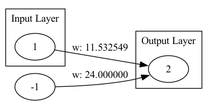
Above: genome_graph.png in malikAkurtz/TradingSystem (Graphviz), before the change. Its source is kept beside it as genome_graph.dot.
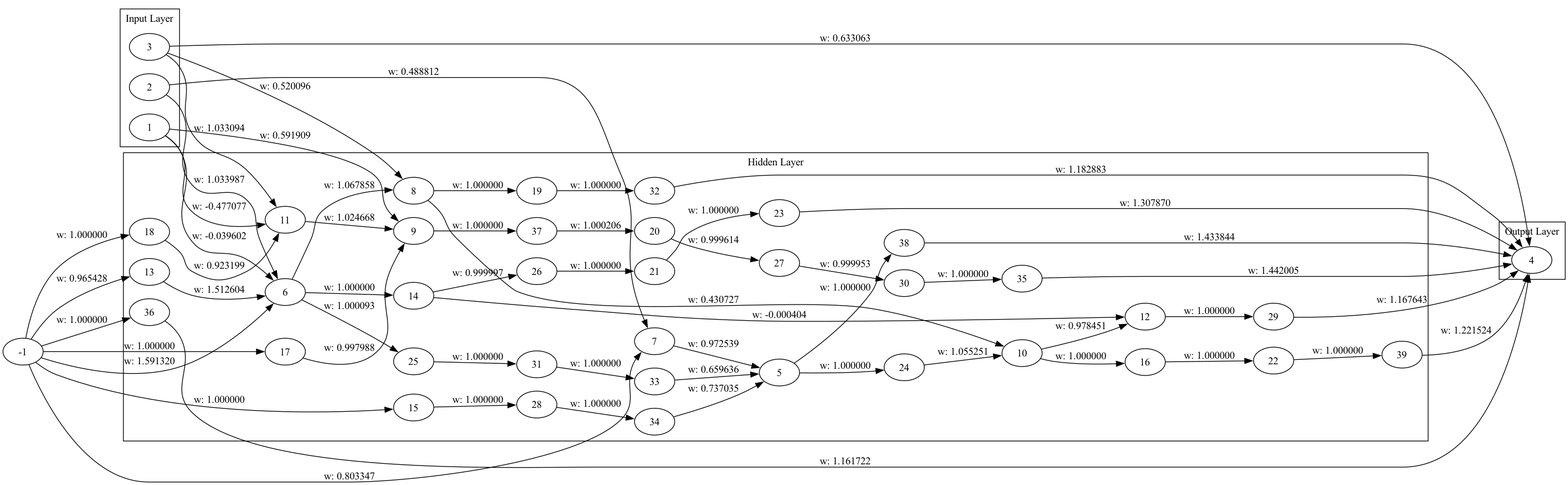
The same diagram one commit later.

The edit, as a diff of the source:
```diff
@@ -3,14 +3,105 @@
   subgraph cluster_0 {
     label="Input Layer";
     1;
+    2;
+    3;
   }
   subgraph cluster_1 {
     label="Hidden Layer";
+    5;
+    6;
+    7;
+    8;
+    9;
+    10;
+    11;
+    12;
+    13;
+    14;
+    15;
+    16;
+    17;
+    18;
+    19;
+    20;
+    21;
+    22;
+    23;
+    24;
+    25;
+    26;
+    27;
+    28;
+    29;
+    30;
+    31;
+    32;
+    33;
+    34;
+    35;
+    36;
+    37;
+    38;
+    39;
   }
   subgraph cluster_2 {
     label="Output Layer";
-    2;
+    4;
   }
-  1 -> 2 [label="w: 11.532549"];
-  -1 -> 2 [label="w: 24.000000"];
+  3 -> 4 [label="w: 0.633063"];
+  -1 -> 6 [label="w: 1.591320"];
+  2 -> 6 [label="w: 1.033987"];
+  2 -> 7 [label="w: 0.488812"];
+  7 -> 5 [label="w: 0.972539"];
+  1 -> 6 [label="w: -0.039602"];
+  6 -> 8 [label="w: 1.067858"];
+  1 -> 9 [label="w: 0.591909"];
+  8 -> 10 [label="w: 0.430727"];
+  11 -> 9 [label="w: 1.024668"];
+  3 -> 11 [label="w: 1.033094"];
+  -1 -> 7 [label="w: 0.803347"];
+  10 -> 12 [label="w: 0.978451"];
+  -1 -> 13 [label="w: 0.965428"];
+  13 -> 6 [label="w: 1.512604"];
+  3 -> 8 [label="w: 0.520096"];
+  1 -> 11 [label="w: -0.477077"];
+  6 -> 14 [label="w: 1.000000"];
+  -1 -> 15 [label="w: 1.000000"];
+  10 -> 16 [label="w: 1.000000"];
+  14 -> 12 [label="w: -0.000404"];
+  -1 -> 17 [label="w: 1.000000"];
+  17 -> 9 [label="w: 0.997988"];
+  -1 -> 18 [label="w: 1.000000"];
+  18 -> 11 [label="w: 0.923199"];
+  8 -> 19 [label="w: 1.000000"];
+  16 -> 22 [label="w: 1.000000"];
+  21 -> 23 [label="w: 1.000000"];
+  23 -> 4 [label="w: 1.307870"];
+  5 -> 24 [label="w: 1.000000"];
+  24 -> 10 [label="w: 1.055251"];
+  6 -> 25 [label="w: 1.000093"];
+  14 -> 26 [label="w: 0.999997"];
+  26 -> 21 [label="w: 1.000000"];
+  20 -> 27 [label="w: 0.999614"];
+  15 -> 28 [label="w: 1.000000"];
+  12 -> 29 [label="w: 1.000000"];
+  29 -> 4 [label="w: 1.167643"];
+  27 -> 30 [label="w: 0.999953"];
+  25 -> 31 [label="w: 1.000000"];
+  19 -> 32 [label="w: 1.000000"];
+  32 -> 4 [label="w: 1.182883"];
+  31 -> 33 [label="w: 1.000000"];
+  33 -> 5 [label="w: 0.659636"];
+  28 -> 34 [label="w: 1.000000"];
+  34 -> 5 [label="w: 0.737035"];
+  30 -> 35 [label="w: 1.000000"];
+  35 -> 4 [label="w: 1.442005"];
+  -1 -> 36 [label="w: 1.000000"];
+  36 -> 4 [label="w: 1.161722"];
+  9 -> 37 [label="w: 1.000000"];
+  37 -> 20 [label="w: 1.000206"];
+  5 -> 38 [label="w: 1.000000"];
+  38 -> 4 [label="w: 1.433844"];
+  22 -> 39 [label="w: 1.000000"];
+  39 -> 4 [label="w: 1.221524"];
 }
```
